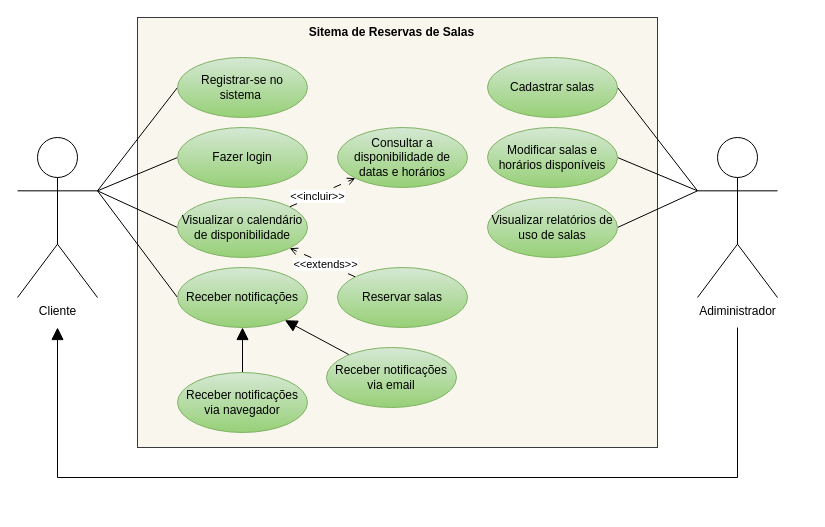
yohanDev6/rrsystem keeps this draw.io diagram as documentation/diagrams/DCU.drawio. Above is the earlier version. Source tidied: cells renumbered, new cells numbered last; positions are measured from the earlier drawing's top-left corner, leaving out a move shared by most shapes. Both pictures are drawn from the tidied source at 100%, with x=0, y=0 at pixel (17, 17).
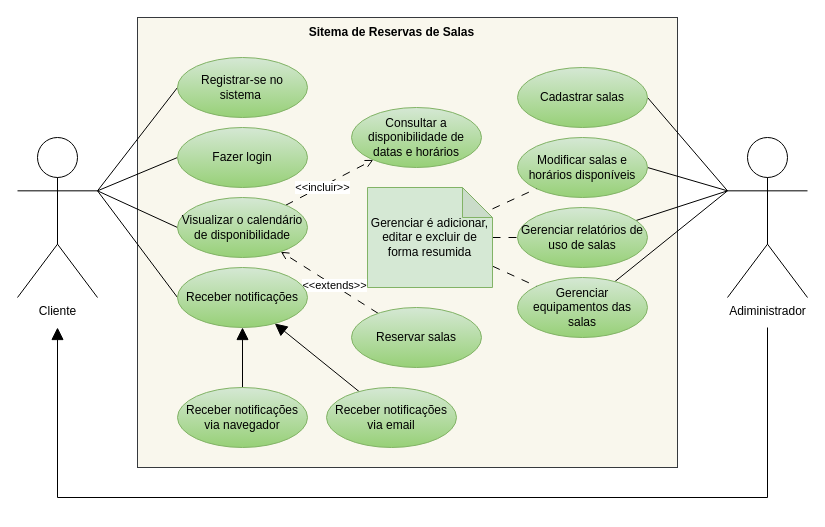
The same page after the edit.

Change to the diagram source:
```diff
@@
     <mxCell id="2" style="rounded=0;whiteSpace=wrap;html=1;fillColor=#f9f7ed;strokeColor=#36393d;" parent="1" vertex="1">
-      <mxGeometry x="120" width="520" height="430" as="geometry" />
+      <mxGeometry x="120" width="540" height="450" as="geometry" />
     </mxCell>
@@
-    <mxCell id="10" style="rounded=0;jettySize=auto;html=1;exitX=0;exitY=0.3333333333333333;exitDx=0;exitDy=0;exitPerimeter=0;entryX=1;entryY=0.5;entryDx=0;entryDy=0;endArrow=none;endFill=0;" parent="1" edge="1" source="12" target="25">
+    <mxCell id="10" style="rounded=0;jettySize=auto;html=1;exitX=0;exitY=0.3333333333333333;exitDx=0;exitDy=0;exitPerimeter=0;endArrow=none;endFill=0;" parent="1" edge="1" source="12" target="33">
       <mxGeometry relative="1" as="geometry" />
     </mxCell>
-    <mxCell id="11" style="edgeStyle=orthogonalEdgeStyle;rounded=0;orthogonalLoop=1;jettySize=auto;html=1;endSize=10;endArrow=block;endFill=1;" parent="1" edge="1">
-      <mxGeometry relative="1" as="geometry">
-        <mxPoint x="720" y="310" as="sourcePoint" />
-        <mxPoint x="40" y="310" as="targetPoint" />
-        <Array as="points">
-          <mxPoint x="720" y="460" />
-          <mxPoint x="40" y="460" />
-        </Array>
-      </mxGeometry>
-    </mxCell>
+    <mxCell id="31" style="edgeStyle=orthogonalEdgeStyle;rounded=0;orthogonalLoop=1;jettySize=auto;html=1;endArrow=block;endFill=1;endSize=10;" parent="1" edge="1">
+      <mxGeometry relative="1" as="geometry">
+        <mxPoint x="750" y="310" as="sourcePoint" />
+        <mxPoint x="40" y="310" as="targetPoint" />
+        <Array as="points">
+          <mxPoint x="750" y="310" />
+          <mxPoint x="750" y="480" />
+          <mxPoint x="40" y="480" />
+        </Array>
+      </mxGeometry>
+    </mxCell>
+    <mxCell id="32" style="rounded=0;jettySize=auto;html=1;exitX=0;exitY=0.3333333333333333;exitDx=0;exitDy=0;exitPerimeter=0;endArrow=none;endFill=0;" parent="1" edge="1" source="12" target="34">
+      <mxGeometry relative="1" as="geometry" />
+    </mxCell>
     <mxCell id="12" value="Adiministrador" style="shape=umlActor;verticalLabelPosition=bottom;verticalAlign=top;html=1;" parent="1" vertex="1">
-      <mxGeometry x="680" y="120" width="80" height="160" as="geometry" />
+      <mxGeometry x="710" y="120" width="80" height="160" as="geometry" />
     </mxCell>
@@
     <mxCell id="16" value="Cadastrar salas" style="ellipse;whiteSpace=wrap;html=1;fillColor=#d5e8d4;gradientColor=#97d077;strokeColor=#82b366;" parent="1" vertex="1">
-      <mxGeometry x="470" y="40" width="130" height="60" as="geometry" />
+      <mxGeometry x="500" y="50" width="130" height="60" as="geometry" />
     </mxCell>
@@
     <mxCell id="19" value="Reservar salas" style="ellipse;whiteSpace=wrap;html=1;fillColor=#d5e8d4;gradientColor=#97d077;strokeColor=#82b366;" parent="1" vertex="1">
-      <mxGeometry x="320" y="250" width="130" height="60" as="geometry" />
+      <mxGeometry x="334" y="290" width="130" height="60" as="geometry" />
     </mxCell>
@@
     <mxCell id="23" value="Consultar a disponibilidade de datas e horários" style="ellipse;whiteSpace=wrap;html=1;fillColor=#d5e8d4;gradientColor=#97d077;strokeColor=#82b366;" parent="1" vertex="1">
-      <mxGeometry x="320" y="110" width="130" height="60" as="geometry" />
+      <mxGeometry x="334" y="90" width="130" height="60" as="geometry" />
     </mxCell>
     <mxCell id="24" value="Modificar salas e horários disponíveis" style="ellipse;whiteSpace=wrap;html=1;fillColor=#d5e8d4;gradientColor=#97d077;strokeColor=#82b366;" parent="1" vertex="1">
-      <mxGeometry x="470" y="110" width="130" height="60" as="geometry" />
+      <mxGeometry x="500" y="120" width="130" height="60" as="geometry" />
     </mxCell>
-    <mxCell id="25" value="Visualizar relatórios de uso de salas" style="ellipse;whiteSpace=wrap;html=1;fillColor=#d5e8d4;gradientColor=#97d077;strokeColor=#82b366;" parent="1" vertex="1">
-      <mxGeometry x="470" y="180" width="130" height="60" as="geometry" />
-    </mxCell>
@@
     <mxCell id="28" value="Receber notificações via email" style="ellipse;whiteSpace=wrap;html=1;fillColor=#d5e8d4;gradientColor=#97d077;strokeColor=#82b366;" parent="1" vertex="1">
-      <mxGeometry x="309" y="330" width="130" height="60" as="geometry" />
+      <mxGeometry x="309" y="370" width="130" height="60" as="geometry" />
     </mxCell>
@@
     <mxCell id="30" value="Receber notificações via navegador" style="ellipse;whiteSpace=wrap;html=1;fillColor=#d5e8d4;gradientColor=#97d077;strokeColor=#82b366;" parent="1" vertex="1">
-      <mxGeometry x="160" y="355" width="130" height="60" as="geometry" />
+      <mxGeometry x="160" y="370" width="130" height="60" as="geometry" />
     </mxCell>
+    <mxCell id="33" value="Gerenciar relatórios de uso de salas" style="ellipse;whiteSpace=wrap;html=1;fillColor=#d5e8d4;gradientColor=#97d077;strokeColor=#82b366;" parent="1" vertex="1">
+      <mxGeometry x="500" y="190" width="130" height="60" as="geometry" />
+    </mxCell>
+    <mxCell id="34" value="Gerenciar equipamentos das salas" style="ellipse;whiteSpace=wrap;html=1;fillColor=#d5e8d4;gradientColor=#97d077;strokeColor=#82b366;" parent="1" vertex="1">
+      <mxGeometry x="500" y="260" width="130" height="60" as="geometry" />
+    </mxCell>
+    <mxCell id="35" style="rounded=0;jettySize=auto;html=1;endArrow=none;endFill=0;dashed=1;dashPattern=8 8;" parent="1" edge="1" source="38" target="34">
+      <mxGeometry relative="1" as="geometry" />
+    </mxCell>
+    <mxCell id="36" style="rounded=0;jettySize=auto;html=1;dashed=1;dashPattern=8 8;endArrow=none;endFill=0;" parent="1" edge="1" source="38" target="33">
+      <mxGeometry relative="1" as="geometry" />
+    </mxCell>
+    <mxCell id="37" style="rounded=0;jettySize=auto;html=1;endArrow=none;endFill=0;dashed=1;dashPattern=8 8;" parent="1" edge="1" source="38" target="24">
+      <mxGeometry relative="1" as="geometry" />
+    </mxCell>
+    <mxCell id="38" value="Gerenciar é adicionar, editar e excluir de forma resumida" style="shape=note;whiteSpace=wrap;html=1;backgroundOutline=1;darkOpacity=0.05;fillColor=#d5e8d4;strokeColor=#82b366;" parent="1" vertex="1">
+      <mxGeometry x="350" y="170" width="125" height="100" as="geometry" />
+    </mxCell>
```
